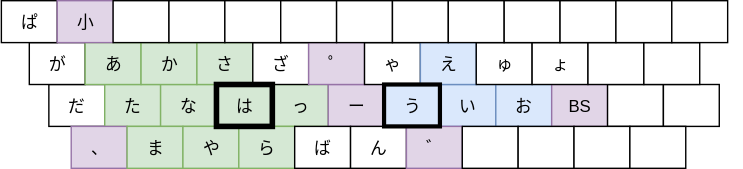
funatsufumiya/pc-f-layout keeps this draw.io diagram as layout_image.drawio.svg. Above is the earlier version. Source tidied: cells renumbered, new cells last; positions are measured from the earlier drawing's top-left corner, leaving out a move shared by most shapes.
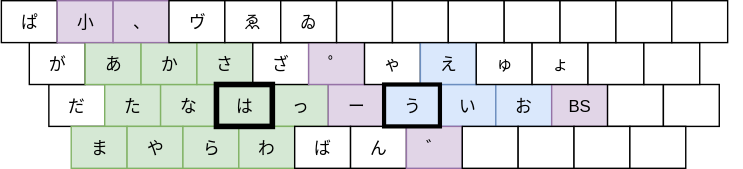
Above is the later version.

Commit message:
Added wyi wye

What changed in the source:
```diff
@@ -35,16 +35,16 @@
     <mxCell id="12" value="G" style="group;" parent="1" vertex="1">
       <mxGeometry x="50" y="90" width="480" height="30" as="geometry" />
     </mxCell>
-    <mxCell id="13" value="、" style="rounded=0;whiteSpace=wrap;html=1;fillColor=#e1d5e7;strokeColor=#9673a6;" parent="12" vertex="1">
+    <mxCell id="13" value="ま" style="rounded=0;whiteSpace=wrap;html=1;fillColor=#d5e8d4;strokeColor=#82b366;" parent="12" vertex="1">
       <mxGeometry width="40" height="30" as="geometry" />
     </mxCell>
-    <mxCell id="14" value="ま" style="rounded=0;whiteSpace=wrap;html=1;fillColor=#d5e8d4;strokeColor=#82b366;" parent="12" vertex="1">
+    <mxCell id="14" value="や" style="rounded=0;whiteSpace=wrap;html=1;fillColor=#d5e8d4;strokeColor=#82b366;" parent="12" vertex="1">
       <mxGeometry x="40" width="40" height="30" as="geometry" />
     </mxCell>
-    <mxCell id="15" value="や" style="rounded=0;whiteSpace=wrap;html=1;fillColor=#d5e8d4;strokeColor=#82b366;" parent="12" vertex="1">
+    <mxCell id="15" value="ら" style="rounded=0;whiteSpace=wrap;html=1;fillColor=#d5e8d4;strokeColor=#82b366;" parent="12" vertex="1">
       <mxGeometry x="80" width="40" height="30" as="geometry" />
     </mxCell>
-    <mxCell id="16" value="ら" style="rounded=0;whiteSpace=wrap;html=1;fillColor=#d5e8d4;strokeColor=#82b366;" parent="12" vertex="1">
+    <mxCell id="16" value="わ" style="rounded=0;whiteSpace=wrap;html=1;fillColor=#d5e8d4;strokeColor=#82b366;" parent="12" vertex="1">
       <mxGeometry x="120" width="40" height="30" as="geometry" />
     </mxCell>
     <mxCell id="17" value="ば" style="rounded=0;whiteSpace=wrap;html=1;" parent="12" vertex="1">
@@ -122,16 +122,16 @@
     <mxCell id="41" value="小" style="rounded=0;whiteSpace=wrap;html=1;fillColor=#e1d5e7;strokeColor=#9673a6;" parent="39" vertex="1">
       <mxGeometry x="40" width="40" height="30" as="geometry" />
     </mxCell>
-    <mxCell id="42" style="rounded=0;whiteSpace=wrap;html=1;" parent="39" vertex="1">
+    <mxCell id="42" value="、" style="rounded=0;whiteSpace=wrap;html=1;fillColor=#e1d5e7;strokeColor=#9673a6;" parent="39" vertex="1">
       <mxGeometry x="80" width="40" height="30" as="geometry" />
     </mxCell>
-    <mxCell id="43" style="rounded=0;whiteSpace=wrap;html=1;" parent="39" vertex="1">
+    <mxCell id="43" value="ヴ" style="rounded=0;whiteSpace=wrap;html=1;" parent="39" vertex="1">
       <mxGeometry x="120" width="40" height="30" as="geometry" />
     </mxCell>
-    <mxCell id="44" style="rounded=0;whiteSpace=wrap;html=1;" parent="39" vertex="1">
+    <mxCell id="44" value="ゑ" style="rounded=0;whiteSpace=wrap;html=1;" parent="39" vertex="1">
       <mxGeometry x="160" width="40" height="30" as="geometry" />
     </mxCell>
-    <mxCell id="45" style="rounded=0;whiteSpace=wrap;html=1;" parent="39" vertex="1">
+    <mxCell id="45" value="ゐ" style="rounded=0;whiteSpace=wrap;html=1;" parent="39" vertex="1">
       <mxGeometry x="200" width="40" height="30" as="geometry" />
     </mxCell>
     <mxCell id="46" style="rounded=0;whiteSpace=wrap;html=1;" parent="39" vertex="1">
```
